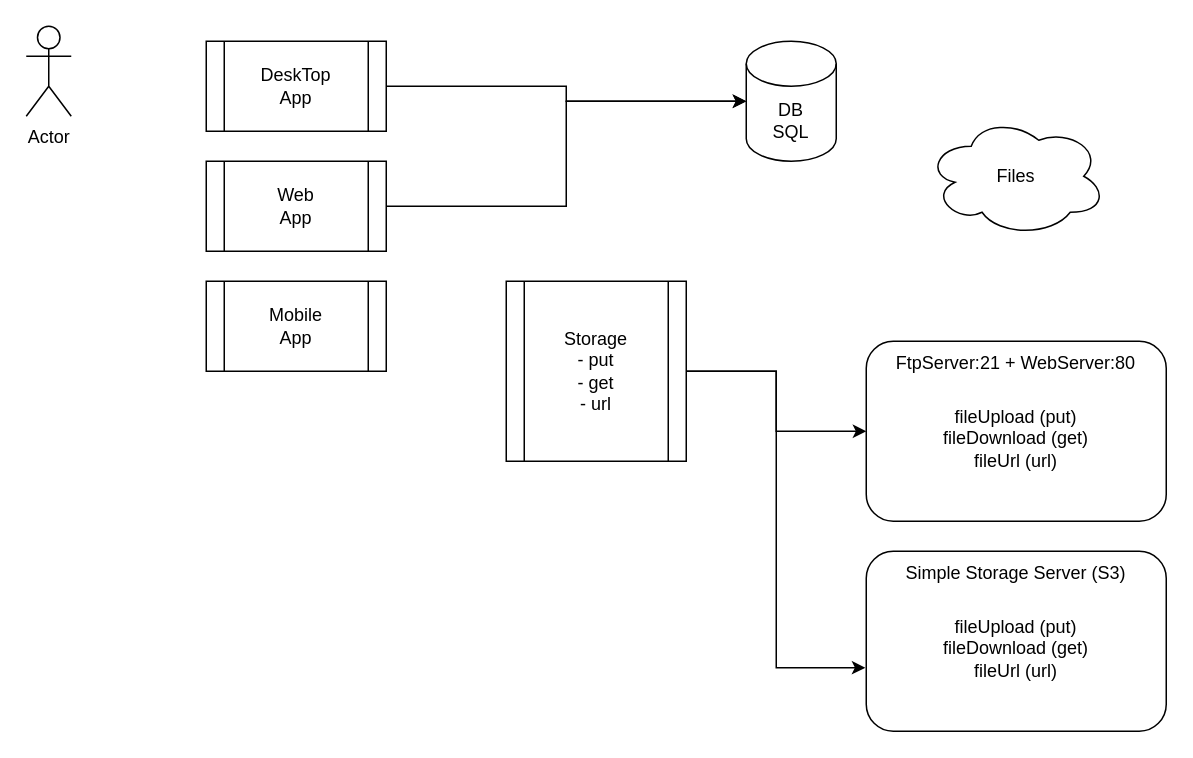
Before: page "Page-7" (7 of 10) of Azure.drawio in ninydev/-121_-, a draw.io diagram. Source tidied: cells renumbered, new cells numbered last; positions are measured from the earlier drawing's top-left corner, leaving out a move shared by most shapes. Both pictures are drawn from the tidied source at 150%, with x=0, y=0 at pixel (26, 26).
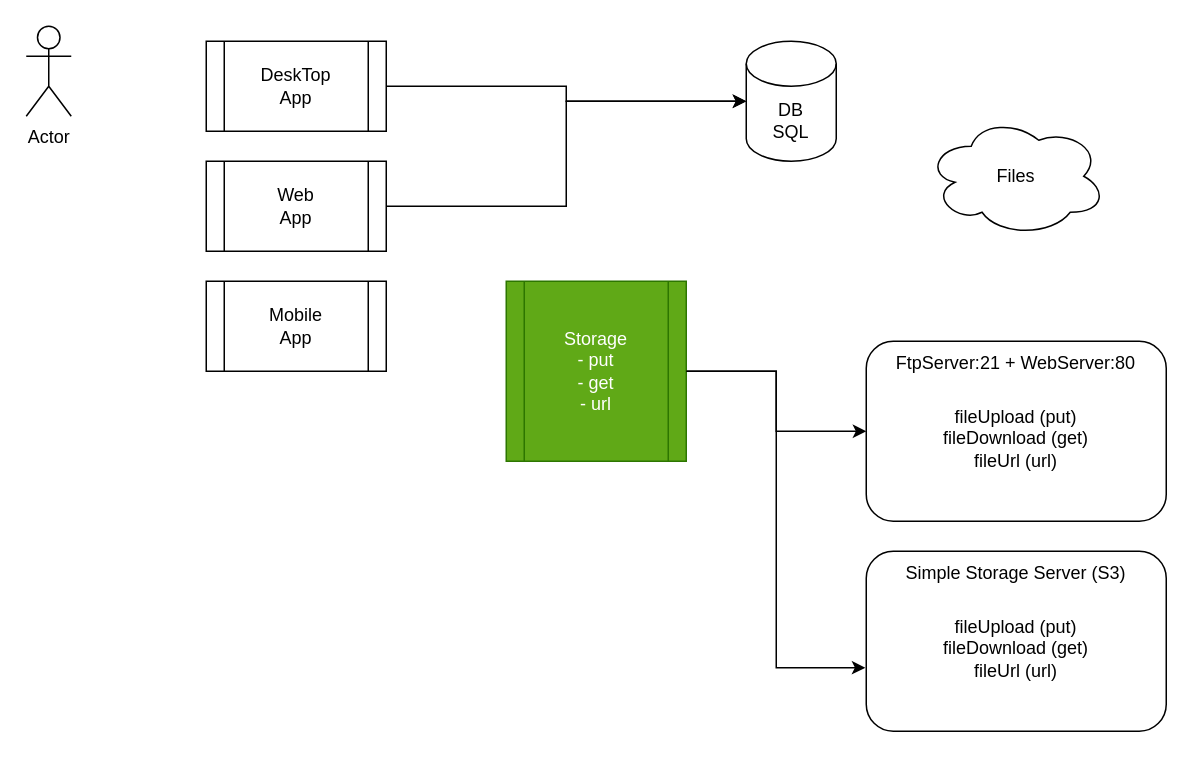
Above is the later version.

Diff of the diagram source:
```diff
@@
-    <mxCell id="15" value="Storage&lt;br&gt;- put&lt;br&gt;- get&lt;br&gt;- url" style="shape=process;whiteSpace=wrap;html=1;backgroundOutline=1;" parent="1" vertex="1">
+    <mxCell id="15" value="Storage&lt;br&gt;- put&lt;br&gt;- get&lt;br&gt;- url" style="shape=process;whiteSpace=wrap;html=1;backgroundOutline=1;fillColor=#60a917;fontColor=#ffffff;strokeColor=#2D7600;" parent="1" vertex="1">
       <mxGeometry x="320" y="170" width="120" height="120" as="geometry" />
     </mxCell>
```
